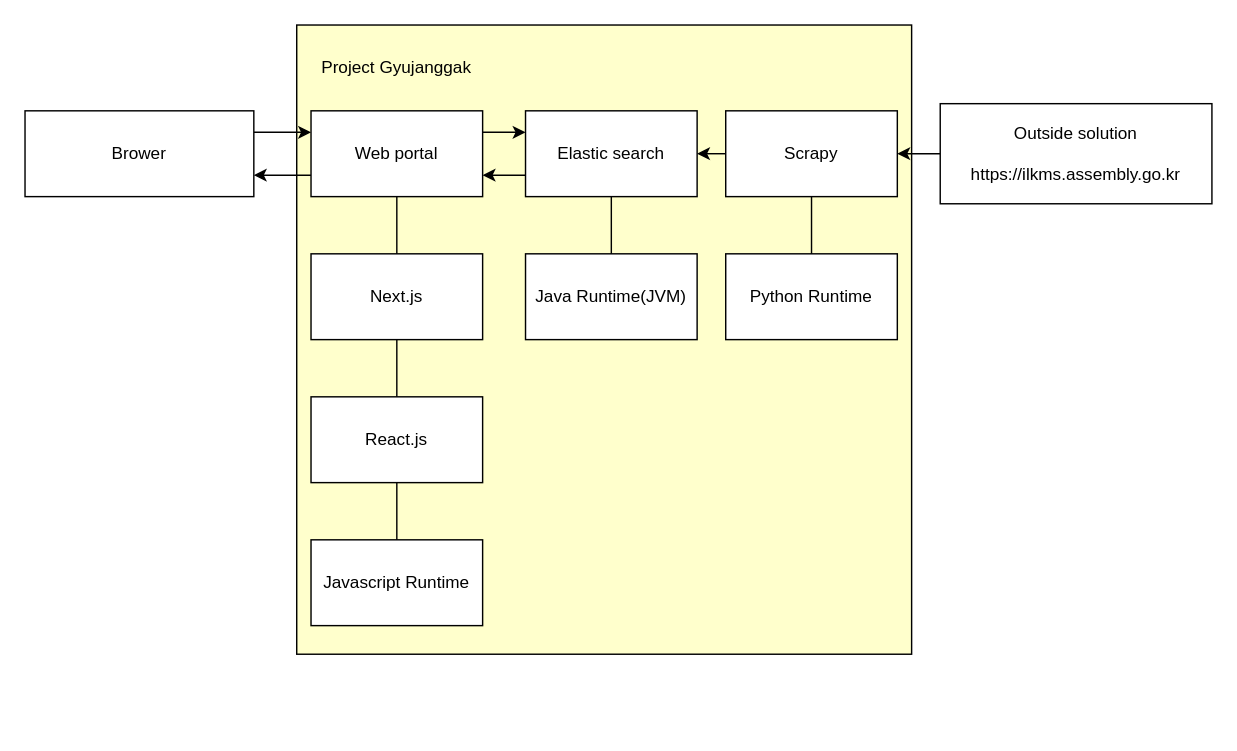
Earlier version of the draw.io diagram page "Search Engine" (1 of 2) of architecture/gyujanggakHLA.drawio (YongwoonJang/gyujanggak). Source tidied: cells renumbered, new cells numbered last; positions are measured from the earlier drawing's top-left corner, leaving out a move shared by most shapes. Both pictures are drawn from the tidied source at 143%, with x=0, y=0 at pixel (24, 24).
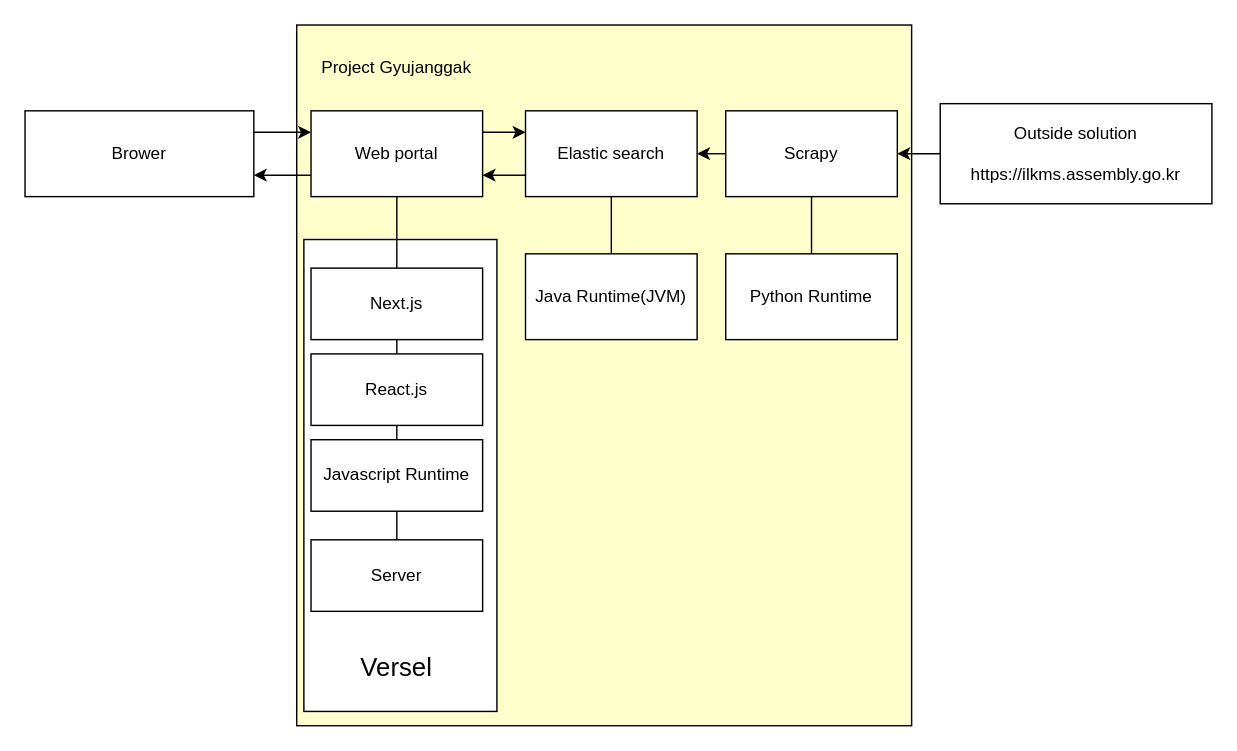
After the change.

Commit message (it also covers changes not shown here):
Modify: Change framework to versel

Diff of the diagram source:
```diff
@@
     <mxCell id="2" style="rounded=0;whiteSpace=wrap;html=1;fillColor=#FFFFCC;" parent="1" vertex="1">
-      <mxGeometry x="190" width="430" height="440" as="geometry" />
+      <mxGeometry x="190" width="430" height="490" as="geometry" />
     </mxCell>
+    <mxCell id="25" style="rounded=0;whiteSpace=wrap;html=1;" parent="1" vertex="1">
+      <mxGeometry x="195" y="150" width="135" height="330" as="geometry" />
+    </mxCell>
@@
     <mxCell id="10" value="React.js" style="rounded=0;whiteSpace=wrap;html=1;" parent="1" vertex="1">
-      <mxGeometry x="200" y="260" width="120" height="60" as="geometry" />
+      <mxGeometry x="200" y="230" width="120" height="50" as="geometry" />
     </mxCell>
@@
     <mxCell id="13" value="Javascript Runtime" style="rounded=0;whiteSpace=wrap;html=1;" parent="1" vertex="1">
-      <mxGeometry x="200" y="360" width="120" height="60" as="geometry" />
+      <mxGeometry x="200" y="290" width="120" height="50" as="geometry" />
     </mxCell>
     <mxCell id="14" value="Next.js" style="rounded=0;whiteSpace=wrap;html=1;" parent="1" vertex="1">
-      <mxGeometry x="200" y="160" width="120" height="60" as="geometry" />
+      <mxGeometry x="200" y="170" width="120" height="50" as="geometry" />
     </mxCell>
@@
+    <mxCell id="26" value="Server" style="rounded=0;whiteSpace=wrap;html=1;" parent="1" vertex="1">
+      <mxGeometry x="200" y="360" width="120" height="50" as="geometry" />
+    </mxCell>
+    <mxCell id="27" style="endArrow=none;html=1;exitX=0.5;exitY=0;exitDx=0;exitDy=0;entryX=0.5;entryY=1;entryDx=0;entryDy=0;" parent="1" edge="1" source="26" target="13">
+      <mxGeometry relative="1" as="geometry" />
+    </mxCell>
+    <mxCell id="28" value="&lt;font style=&quot;font-size: 18px&quot;&gt;Versel&lt;/font&gt;" style="text;html=1;strokeColor=none;fillColor=none;align=center;verticalAlign=middle;whiteSpace=wrap;rounded=0;" parent="1" vertex="1">
+      <mxGeometry x="220" y="440" width="80" height="20" as="geometry" />
+    </mxCell>
```
